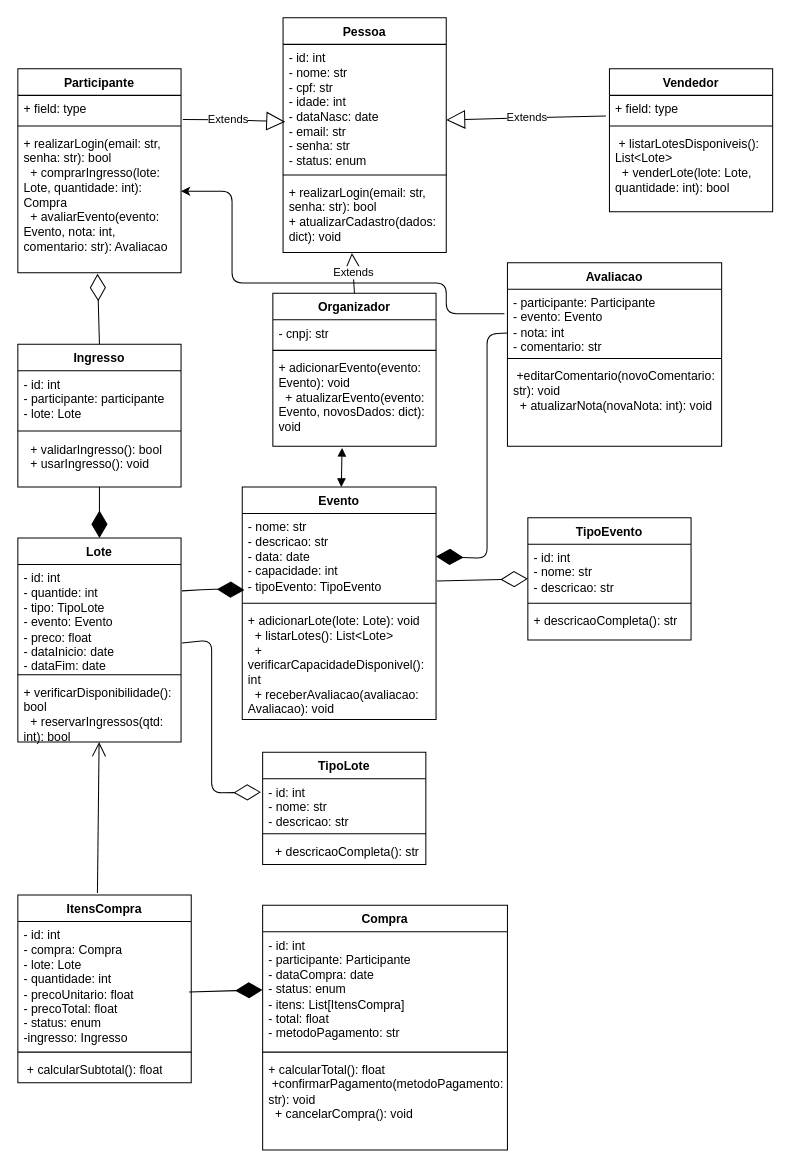
The draw.io diagram modelagemFinal.drawio in LucasVolp/gestart_cultura, before the edit. Source tidied: cells renumbered, new cells numbered last; positions are measured from the earlier drawing's top-left corner, leaving out a move shared by most shapes. Both pictures are drawn from the tidied source at 102%, with x=0, y=0 at pixel (17, 17).
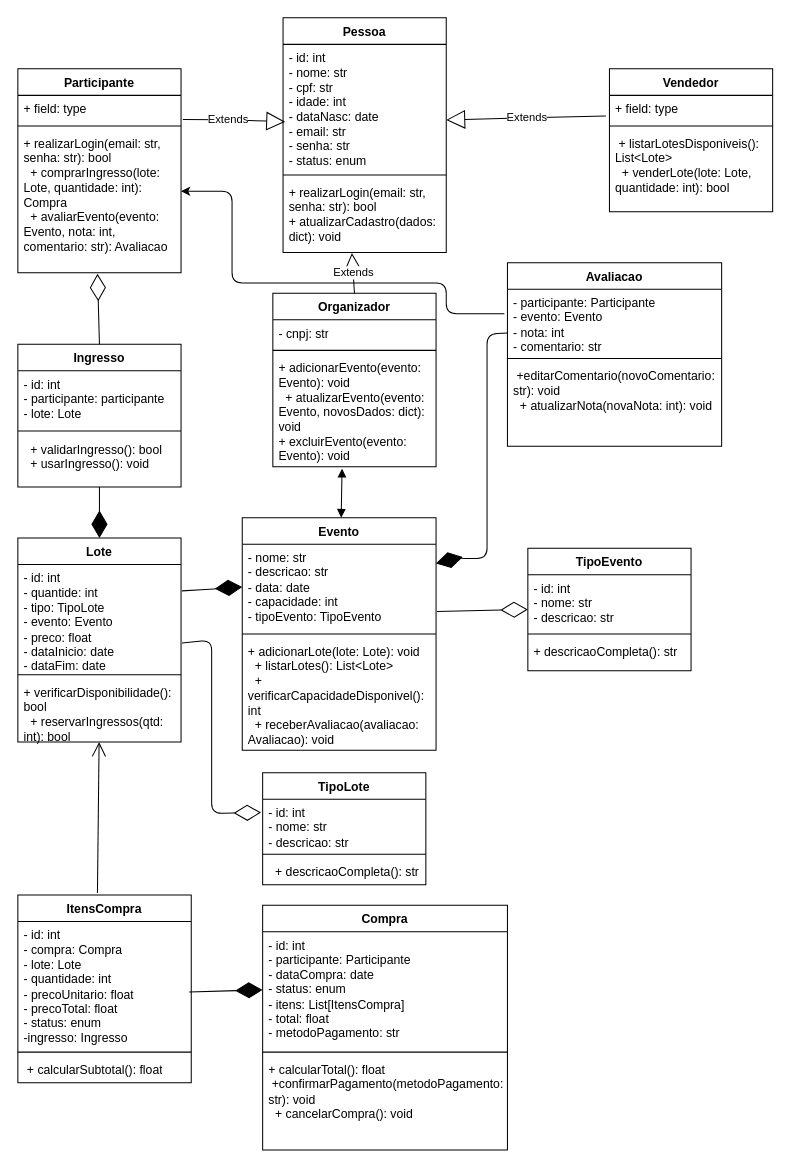
The same diagram, later.

Commit message (it also covers changes not shown here):
Criação do diagrama de caso de uso

Unchanged cells that the change refers to:
```xml
<mxCell id="22" value="&lt;div&gt;- nome: str&lt;/div&gt;&lt;div&gt;- descricao: str&lt;/div&gt;&lt;div&gt;- data: date&lt;/div&gt;- capacidade: int&lt;div&gt;- tipoEvento: TipoEvento&lt;/div&gt;&lt;div&gt;&lt;br&gt;&lt;/div&gt;" style="text;strokeColor=none;fillColor=none;align=left;verticalAlign=top;spacingLeft=4;spacingRight=4;overflow=hidden;points=[[0,0.5],[1,0.5]];portConstraint=eastwest;whiteSpace=wrap;html=1;" parent="21" vertex="1">
  <mxGeometry y="26" width="190" height="84" as="geometry" />
</mxCell>
<mxCell id="31" value="- participante: Participante&lt;div&gt;- evento: Evento&lt;/div&gt;&lt;div&gt;- nota: int&lt;/div&gt;&lt;div&gt;- comentario: str&lt;/div&gt;&lt;div&gt;&lt;br&gt;&lt;/div&gt;" style="text;strokeColor=none;fillColor=none;align=left;verticalAlign=top;spacingLeft=4;spacingRight=4;overflow=hidden;points=[[0,0.5],[1,0.5]];portConstraint=eastwest;whiteSpace=wrap;html=1;" parent="30" vertex="1">
  <mxGeometry y="26" width="210" height="64" as="geometry" />
</mxCell>
<mxCell id="35" value="- id: int&lt;div&gt;- quantide: int&lt;/div&gt;&lt;div&gt;- tipo: TipoLote&lt;/div&gt;&lt;div&gt;- evento: Evento&lt;/div&gt;&lt;div&gt;- preco: float&lt;/div&gt;&lt;div&gt;- dataInicio: date&lt;/div&gt;&lt;div&gt;- dataFim: date&lt;/div&gt;" style="text;strokeColor=none;fillColor=none;align=left;verticalAlign=top;spacingLeft=4;spacingRight=4;overflow=hidden;points=[[0,0.5],[1,0.5]];portConstraint=eastwest;whiteSpace=wrap;html=1;" parent="34" vertex="1">
  <mxGeometry y="26" width="160" height="104" as="geometry" />
</mxCell>
<mxCell id="55" value="- id: int&lt;div&gt;- nome: str&lt;/div&gt;&lt;div&gt;- descricao: str&lt;/div&gt;" style="text;strokeColor=none;fillColor=none;align=left;verticalAlign=top;spacingLeft=4;spacingRight=4;overflow=hidden;points=[[0,0.5],[1,0.5]];portConstraint=eastwest;whiteSpace=wrap;html=1;" parent="54" vertex="1">
  <mxGeometry y="26" width="160" height="50" as="geometry" />
</mxCell>
```

Change to the diagram source:
```diff
@@
     <mxCell id="10" value="Organizador" style="swimlane;fontStyle=1;align=center;verticalAlign=top;horizontal=1;startSize=26;whiteSpace=wrap;html=1;" parent="1" vertex="1">
-      <mxGeometry x="250" y="270" width="160" height="150" as="geometry" />
+      <mxGeometry x="250" y="270" width="160" height="170" as="geometry" />
     </mxCell>
@@
-    <mxCell id="13" value="&lt;div&gt;&lt;font color=&quot;#000000&quot;&gt;+ adicionarEvento(evento: Evento): void&lt;/font&gt;&lt;/div&gt;&lt;div&gt;&lt;font color=&quot;#000000&quot;&gt;&amp;nbsp; + atualizarEvento(evento: Evento, novosDados: dict): void&lt;/font&gt;&lt;/div&gt;" style="text;strokeColor=none;fillColor=none;align=left;verticalAlign=top;spacingLeft=4;spacingRight=4;overflow=hidden;points=[[0,0.5],[1,0.5]];portConstraint=eastwest;whiteSpace=wrap;html=1;" parent="10" vertex="1">
-      <mxGeometry y="60" width="160" height="90" as="geometry" />
+    <mxCell id="13" value="&lt;div&gt;&lt;font color=&quot;#000000&quot;&gt;+ adicionarEvento(evento: Evento): void&lt;/font&gt;&lt;/div&gt;&lt;div&gt;&lt;font color=&quot;#000000&quot;&gt;&amp;nbsp; + atualizarEvento(evento: Evento, novosDados: dict): void&lt;/font&gt;&lt;/div&gt;&lt;div&gt;&lt;font&gt;+ excluirEvento(evento: Evento): void&lt;/font&gt;&lt;/div&gt;" style="text;strokeColor=none;fillColor=none;align=left;verticalAlign=top;spacingLeft=4;spacingRight=4;overflow=hidden;points=[[0,0.5],[1,0.5]];portConstraint=eastwest;whiteSpace=wrap;html=1;" parent="10" vertex="1">
+      <mxGeometry y="60" width="160" height="110" as="geometry" />
     </mxCell>
@@
     <mxCell id="21" value="Evento" style="swimlane;fontStyle=1;align=center;verticalAlign=top;horizontal=1;startSize=26;whiteSpace=wrap;html=1;" parent="1" vertex="1">
-      <mxGeometry x="220" y="460" width="190" height="228" as="geometry" />
+      <mxGeometry x="220" y="490" width="190" height="228" as="geometry" />
     </mxCell>
@@
-    <mxCell id="48" style="endArrow=diamondThin;endFill=1;endSize=24;html=1;entryX=0.011;entryY=0.893;entryDx=0;entryDy=0;exitX=1.006;exitY=0.248;exitDx=0;exitDy=0;exitPerimeter=0;entryPerimeter=0;" parent="1" edge="1" source="35" target="22">
+    <mxCell id="48" style="endArrow=diamondThin;endFill=1;endSize=24;html=1;entryX=0;entryY=0.5;entryDx=0;entryDy=0;exitX=1.006;exitY=0.248;exitDx=0;exitDy=0;exitPerimeter=0;" parent="1" edge="1" source="35" target="22">
       <mxGeometry relative="1" as="geometry">
         <Array as="points">
           <mxPoint x="190" y="560" />
         </Array>
       </mxGeometry>
     </mxCell>
@@
     <mxCell id="50" value="TipoEvento" style="swimlane;fontStyle=1;align=center;verticalAlign=top;horizontal=1;startSize=26;whiteSpace=wrap;html=1;" parent="1" vertex="1">
-      <mxGeometry x="500" y="490" width="160" height="120" as="geometry" />
+      <mxGeometry x="500" y="520" width="160" height="120" as="geometry" />
     </mxCell>
@@
     <mxCell id="54" value="TipoLote" style="swimlane;fontStyle=1;align=center;verticalAlign=top;horizontal=1;startSize=26;whiteSpace=wrap;html=1;" parent="1" vertex="1">
-      <mxGeometry x="240" y="720" width="160" height="110" as="geometry" />
+      <mxGeometry x="240" y="740" width="160" height="110" as="geometry" />
     </mxCell>
@@
     <mxCell id="58" style="endArrow=diamondThin;endFill=0;endSize=24;html=1;exitX=1.006;exitY=0.74;exitDx=0;exitDy=0;exitPerimeter=0;entryX=-0.01;entryY=0.262;entryDx=0;entryDy=0;entryPerimeter=0;" parent="1" edge="1" source="35" target="55">
       <mxGeometry relative="1" as="geometry">
         <Array as="points">
           <mxPoint x="190" y="610" />
-          <mxPoint x="190" y="760" />
+          <mxPoint x="190" y="780" />
         </Array>
       </mxGeometry>
     </mxCell>
@@
-    <mxCell id="60" style="endArrow=diamondThin;endFill=1;endSize=24;html=1;exitX=0;exitY=0.672;exitDx=0;exitDy=0;exitPerimeter=0;entryX=1;entryY=0.5;entryDx=0;entryDy=0;" parent="1" edge="1" source="31" target="22">
+    <mxCell id="60" style="endArrow=diamondThin;endFill=1;endSize=24;html=1;exitX=0;exitY=0.672;exitDx=0;exitDy=0;exitPerimeter=0;" parent="1" edge="1" source="31" target="22">
       <mxGeometry relative="1" as="geometry">
         <Array as="points">
           <mxPoint x="460" y="310" />
           <mxPoint x="460" y="340" />
           <mxPoint x="460" y="380" />
           <mxPoint x="460" y="530" />
+          <mxPoint x="430" y="530" />
         </Array>
       </mxGeometry>
     </mxCell>
```
